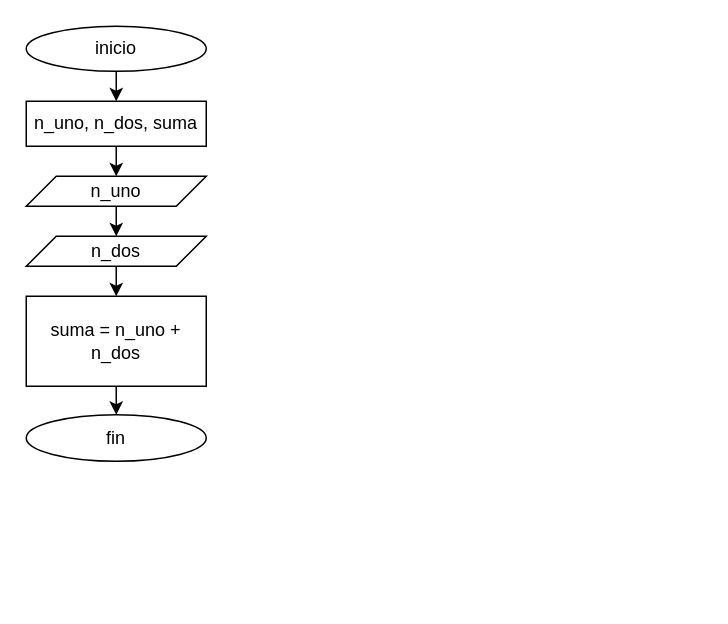
The draw.io diagram Diagrama sin título.drawio in Geovanni-Vera/pilares-draw, before the edit. Source tidied: cells renumbered, new cells numbered last; positions are measured from the earlier drawing's top-left corner, leaving out a move shared by most shapes. Both pictures are drawn from the tidied source at 150%, with x=0, y=0 at pixel (26, 26).
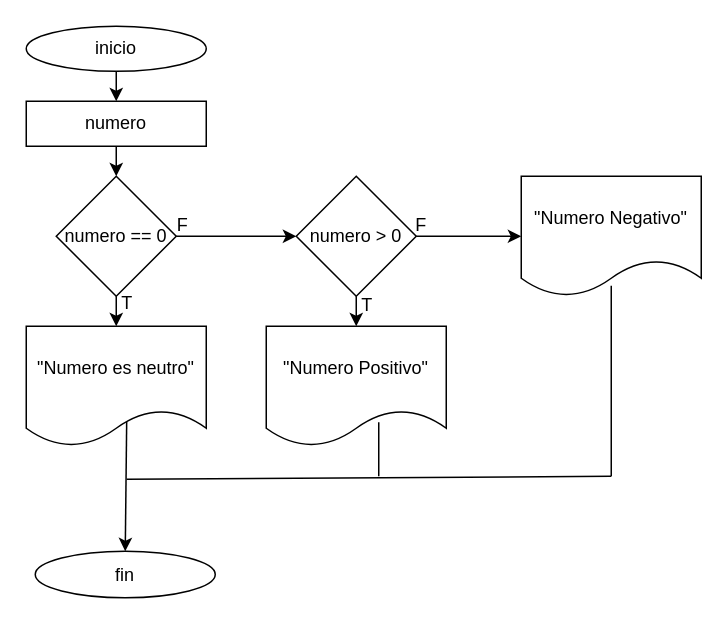
The same diagram, later.

Change to the diagram source:
```diff
@@
-    <mxCell id="3" value="n_uno, n_dos, suma" style="rounded=0;whiteSpace=wrap;html=1;" parent="1" vertex="1">
+    <mxCell id="3" value="numero" style="rounded=0;whiteSpace=wrap;html=1;" parent="1" vertex="1">
       <mxGeometry y="50" width="120" height="30" as="geometry" />
     </mxCell>
-    <mxCell id="4" value="n_uno" style="shape=parallelogram;perimeter=parallelogramPerimeter;whiteSpace=wrap;html=1;fixedSize=1;" parent="1" vertex="1">
-      <mxGeometry y="100" width="120" height="20" as="geometry" />
-    </mxCell>
-    <mxCell id="5" value="n_dos" style="shape=parallelogram;perimeter=parallelogramPerimeter;whiteSpace=wrap;html=1;fixedSize=1;" parent="1" vertex="1">
-      <mxGeometry y="140" width="120" height="20" as="geometry" />
-    </mxCell>
-    <mxCell id="6" value="suma = n_uno + n_dos" style="rounded=0;whiteSpace=wrap;html=1;" parent="1" vertex="1">
-      <mxGeometry y="180" width="120" height="60" as="geometry" />
-    </mxCell>
@@
-    <mxCell id="8" style="endArrow=classic;html=1;rounded=0;entryX=0.5;entryY=0;entryDx=0;entryDy=0;exitX=0.5;exitY=1;exitDx=0;exitDy=0;" parent="1" edge="1" source="3" target="4">
-      <mxGeometry relative="1" as="geometry" />
+    <mxCell id="8" style="endArrow=classic;html=1;rounded=0;entryX=0.5;entryY=0;entryDx=0;entryDy=0;exitX=0.5;exitY=1;exitDx=0;exitDy=0;" parent="1" edge="1" source="3">
+      <mxGeometry relative="1" as="geometry">
+        <mxPoint x="60" y="100" as="targetPoint" />
+      </mxGeometry>
     </mxCell>
-    <mxCell id="9" style="endArrow=classic;html=1;rounded=0;exitX=0.5;exitY=1;exitDx=0;exitDy=0;" parent="1" edge="1" source="4">
-      <mxGeometry relative="1" as="geometry">
-        <mxPoint x="60" y="140" as="targetPoint" />
-      </mxGeometry>
-    </mxCell>
-    <mxCell id="10" style="endArrow=classic;html=1;rounded=0;entryX=0.5;entryY=0;entryDx=0;entryDy=0;exitX=0.5;exitY=1;exitDx=0;exitDy=0;" parent="1" edge="1" source="5" target="6">
-      <mxGeometry relative="1" as="geometry" />
-    </mxCell>
     <mxCell id="11" value="fin" style="ellipse;whiteSpace=wrap;html=1;" parent="1" vertex="1">
-      <mxGeometry y="259" width="120" height="31" as="geometry" />
+      <mxGeometry x="6" y="350" width="120" height="31" as="geometry" />
     </mxCell>
-    <mxCell id="12" style="endArrow=classic;html=1;rounded=0;entryX=0.5;entryY=0;entryDx=0;entryDy=0;exitX=0.5;exitY=1;exitDx=0;exitDy=0;" parent="1" edge="1" source="6" target="11">
+    <mxCell id="12" style="endArrow=classic;html=1;rounded=0;entryX=0.5;entryY=0;entryDx=0;entryDy=0;exitX=0.558;exitY=0.788;exitDx=0;exitDy=0;exitPerimeter=0;" parent="1" edge="1" source="18" target="11">
       <mxGeometry relative="1" as="geometry" />
     </mxCell>
+    <mxCell id="13" value="numero == 0" style="rhombus;whiteSpace=wrap;html=1;" parent="1" vertex="1">
+      <mxGeometry x="20" y="100" width="80" height="80" as="geometry" />
+    </mxCell>
+    <mxCell id="14" style="endArrow=classic;html=1;rounded=0;exitX=1;exitY=0.5;exitDx=0;exitDy=0;" parent="1" edge="1" source="13">
+      <mxGeometry relative="1" as="geometry">
+        <mxPoint x="180" y="140" as="targetPoint" />
+      </mxGeometry>
+    </mxCell>
+    <mxCell id="15" value="T" style="text;html=1;align=center;verticalAlign=middle;strokeColor=none;fillColor=none;" parent="1" vertex="1">
+      <mxGeometry x="52" y="170" width="30" height="30" as="geometry" />
+    </mxCell>
+    <mxCell id="16" value="numero &amp;gt; 0" style="rhombus;whiteSpace=wrap;html=1;" parent="1" vertex="1">
+      <mxGeometry x="180" y="100" width="80" height="80" as="geometry" />
+    </mxCell>
+    <mxCell id="17" style="endArrow=classic;html=1;rounded=0;exitX=1;exitY=0.5;exitDx=0;exitDy=0;" parent="1" edge="1" source="16">
+      <mxGeometry relative="1" as="geometry">
+        <mxPoint x="330" y="140" as="targetPoint" />
+      </mxGeometry>
+    </mxCell>
+    <mxCell id="18" value="&quot;Numero es neutro&quot;" style="shape=document;whiteSpace=wrap;html=1;boundedLbl=1;" parent="1" vertex="1">
+      <mxGeometry y="200" width="120" height="80" as="geometry" />
+    </mxCell>
+    <mxCell id="19" value="&quot;Numero Positivo&quot;" style="shape=document;whiteSpace=wrap;html=1;boundedLbl=1;" parent="1" vertex="1">
+      <mxGeometry x="160" y="200" width="120" height="80" as="geometry" />
+    </mxCell>
+    <mxCell id="20" value="&quot;Numero Negativo&quot;" style="shape=document;whiteSpace=wrap;html=1;boundedLbl=1;" parent="1" vertex="1">
+      <mxGeometry x="330" y="100" width="120" height="80" as="geometry" />
+    </mxCell>
+    <mxCell id="21" style="endArrow=none;html=1;rounded=0;" parent="1" edge="1">
+      <mxGeometry relative="1" as="geometry">
+        <mxPoint x="67" y="302" as="sourcePoint" />
+        <mxPoint x="390" y="300" as="targetPoint" />
+      </mxGeometry>
+    </mxCell>
+    <mxCell id="22" style="endArrow=classic;html=1;rounded=0;entryX=0.5;entryY=0;entryDx=0;entryDy=0;exitX=0.5;exitY=1;exitDx=0;exitDy=0;" parent="1" edge="1" source="13" target="18">
+      <mxGeometry relative="1" as="geometry" />
+    </mxCell>
+    <mxCell id="23" style="endArrow=classic;html=1;rounded=0;entryX=0.5;entryY=0;entryDx=0;entryDy=0;exitX=0.5;exitY=1;exitDx=0;exitDy=0;" parent="1" edge="1" source="16" target="19">
+      <mxGeometry relative="1" as="geometry" />
+    </mxCell>
+    <mxCell id="24" style="endArrow=none;html=1;rounded=0;entryX=0.625;entryY=0.8;entryDx=0;entryDy=0;entryPerimeter=0;" parent="1" edge="1" target="19">
+      <mxGeometry relative="1" as="geometry">
+        <mxPoint x="235" y="300" as="sourcePoint" />
+      </mxGeometry>
+    </mxCell>
+    <mxCell id="25" style="endArrow=none;html=1;rounded=0;entryX=0.5;entryY=0.913;entryDx=0;entryDy=0;entryPerimeter=0;" parent="1" edge="1" target="20">
+      <mxGeometry relative="1" as="geometry">
+        <mxPoint x="390" y="300" as="sourcePoint" />
+      </mxGeometry>
+    </mxCell>
+    <mxCell id="26" value="T" style="text;html=1;align=center;verticalAlign=middle;strokeColor=none;fillColor=none;" parent="1" vertex="1">
+      <mxGeometry x="212" y="171" width="30" height="30" as="geometry" />
+    </mxCell>
+    <mxCell id="27" value="F" style="text;html=1;align=center;verticalAlign=middle;strokeColor=none;fillColor=none;" parent="1" vertex="1">
+      <mxGeometry x="248" y="118" width="30" height="30" as="geometry" />
+    </mxCell>
+    <mxCell id="28" value="F" style="text;html=1;align=center;verticalAlign=middle;strokeColor=none;fillColor=none;" parent="1" vertex="1">
+      <mxGeometry x="89" y="118" width="30" height="30" as="geometry" />
+    </mxCell>
```
